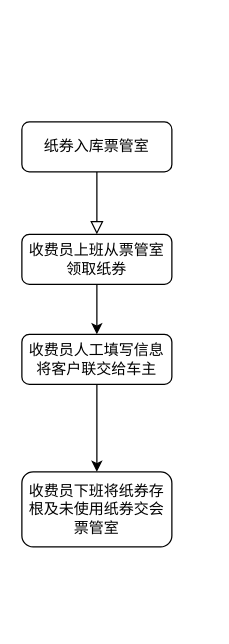
This is public/未命名绘图.drawio from XTXgithub/GeminiProChat, a draw.io file, before an edit. Source tidied: cells renumbered, new cells numbered last; positions are measured from the earlier drawing's top-left corner, leaving out a move shared by most shapes. Both pictures are drawn from the tidied source at 125%, with x=0, y=0 at pixel (21, 121).
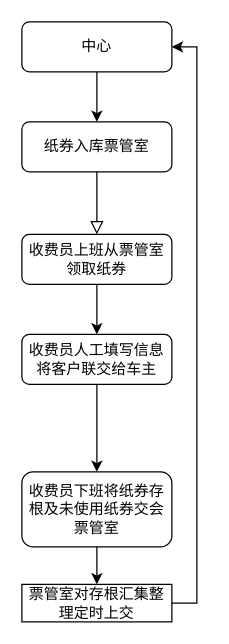
Above is the later version.

Commit message:
纸券管理流程.drawio

Change to the diagram source:
```diff
@@
 <mxGraphModel>
   <root>
     <mxCell id="0" />
     <mxCell id="1" parent="0" />
     <mxCell id="2" style="rounded=0;html=1;jettySize=auto;fontSize=11;endArrow=block;endFill=0;endSize=8;strokeWidth=1;shadow=0;labelBackgroundColor=none;edgeStyle=orthogonalEdgeStyle;" parent="1" edge="1" source="3">
       <mxGeometry relative="1" as="geometry">
         <mxPoint x="60" y="90" as="targetPoint" />
       </mxGeometry>
     </mxCell>
     <mxCell id="3" value="纸券入库票管室" style="rounded=1;whiteSpace=wrap;html=1;fontSize=12;glass=0;strokeWidth=1;shadow=0;" parent="1" vertex="1">
       <mxGeometry width="120" height="40" as="geometry" />
     </mxCell>
     <mxCell id="4" style="edgeStyle=orthogonalEdgeStyle;rounded=0;jettySize=auto;html=1;" parent="1" edge="1" source="5" target="8">
       <mxGeometry relative="1" as="geometry" />
     </mxCell>
     <mxCell id="5" value="收费员上班从票管室领取纸券" style="rounded=1;whiteSpace=wrap;html=1;fontSize=12;glass=0;strokeWidth=1;shadow=0;" parent="1" vertex="1">
       <mxGeometry y="90" width="120" height="40" as="geometry" />
     </mxCell>
     <mxCell id="6" value="Yes" style="edgeStyle=orthogonalEdgeStyle;rounded=0;html=1;jettySize=auto;fontSize=11;endArrow=block;endFill=0;endSize=8;strokeWidth=1;shadow=0;labelBackgroundColor=none;" parent="1" edge="1" target="8">
       <mxGeometry y="10" relative="1" as="geometry">
         <mxPoint x="60" y="210" as="sourcePoint" />
       </mxGeometry>
     </mxCell>
     <mxCell id="7" style="edgeStyle=orthogonalEdgeStyle;rounded=0;jettySize=auto;html=1;" parent="1" edge="1" source="8" target="9">
       <mxGeometry relative="1" as="geometry" />
     </mxCell>
     <mxCell id="8" value="收费员人工填写信息&lt;br&gt;将客户联交给车主" style="rounded=1;whiteSpace=wrap;html=1;fontSize=12;glass=0;strokeWidth=1;shadow=0;" parent="1" vertex="1">
       <mxGeometry y="170" width="120" height="40" as="geometry" />
     </mxCell>
+    <mxCell id="10" style="edgeStyle=orthogonalEdgeStyle;rounded=0;jettySize=auto;html=1;" parent="1" edge="1" source="9" target="14">
+      <mxGeometry relative="1" as="geometry" />
+    </mxCell>
     <mxCell id="9" value="收费员下班将纸券存根及未使用纸券交会票管室" style="whiteSpace=wrap;html=1;rounded=1;glass=0;strokeWidth=1;shadow=0;" parent="1" vertex="1">
       <mxGeometry y="280" width="120" height="60" as="geometry" />
     </mxCell>
+    <mxCell id="11" style="edgeStyle=orthogonalEdgeStyle;rounded=0;jettySize=auto;html=1;" parent="1" edge="1" source="12" target="3">
+      <mxGeometry relative="1" as="geometry" />
+    </mxCell>
+    <mxCell id="12" value="中心" style="rounded=1;whiteSpace=wrap;html=1;" parent="1" vertex="1">
+      <mxGeometry y="-80" width="120" height="40" as="geometry" />
+    </mxCell>
+    <mxCell id="13" style="edgeStyle=orthogonalEdgeStyle;rounded=0;jettySize=auto;html=1;entryX=1;entryY=0.5;entryDx=0;entryDy=0;exitX=1;exitY=0.5;exitDx=0;exitDy=0;" parent="1" edge="1" source="14" target="12">
+      <mxGeometry relative="1" as="geometry" />
+    </mxCell>
+    <mxCell id="14" value="票管室对存根汇集整理定时上交" style="rounded=1;whiteSpace=wrap;html=1;arcSize=0;" parent="1" vertex="1">
+      <mxGeometry y="370" width="120" height="30" as="geometry" />
+    </mxCell>
   </root>
 </mxGraphModel>
```
